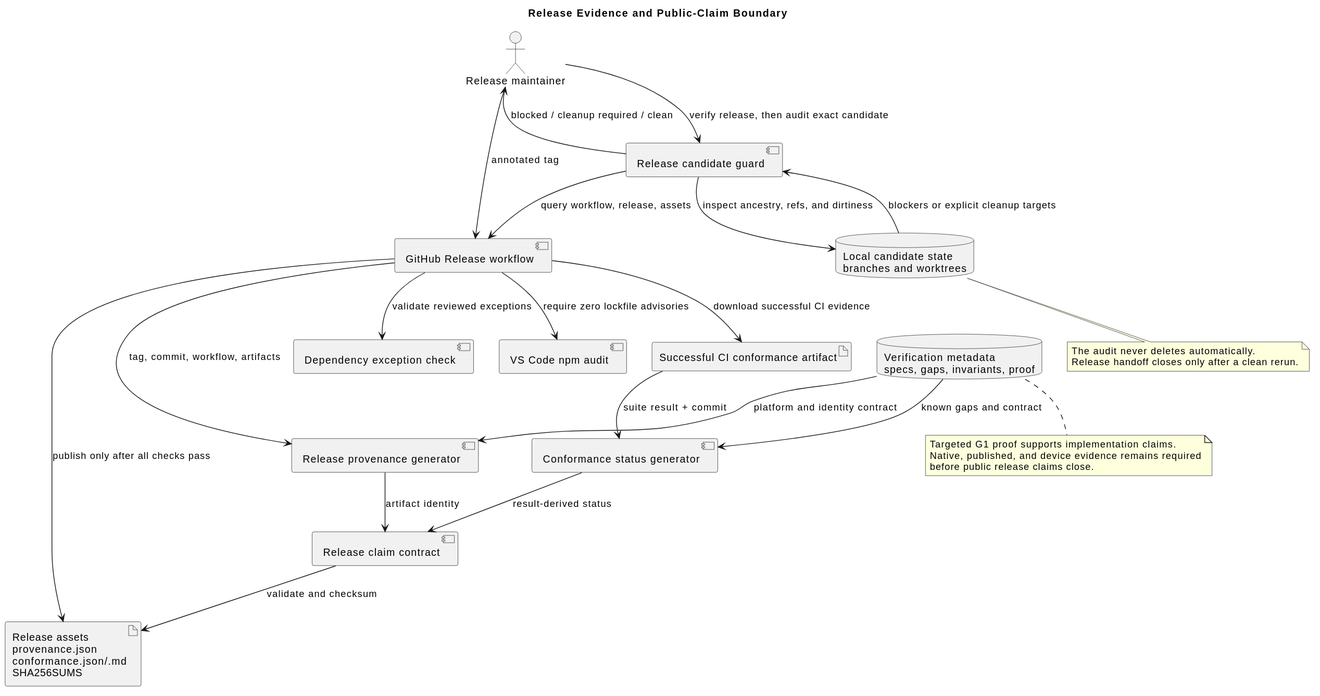
This is docs/diagrams/generated/release-evidence-flow.svg from johannesPettersson80/trust-platform, a PlantUML export, as it was before one commit.
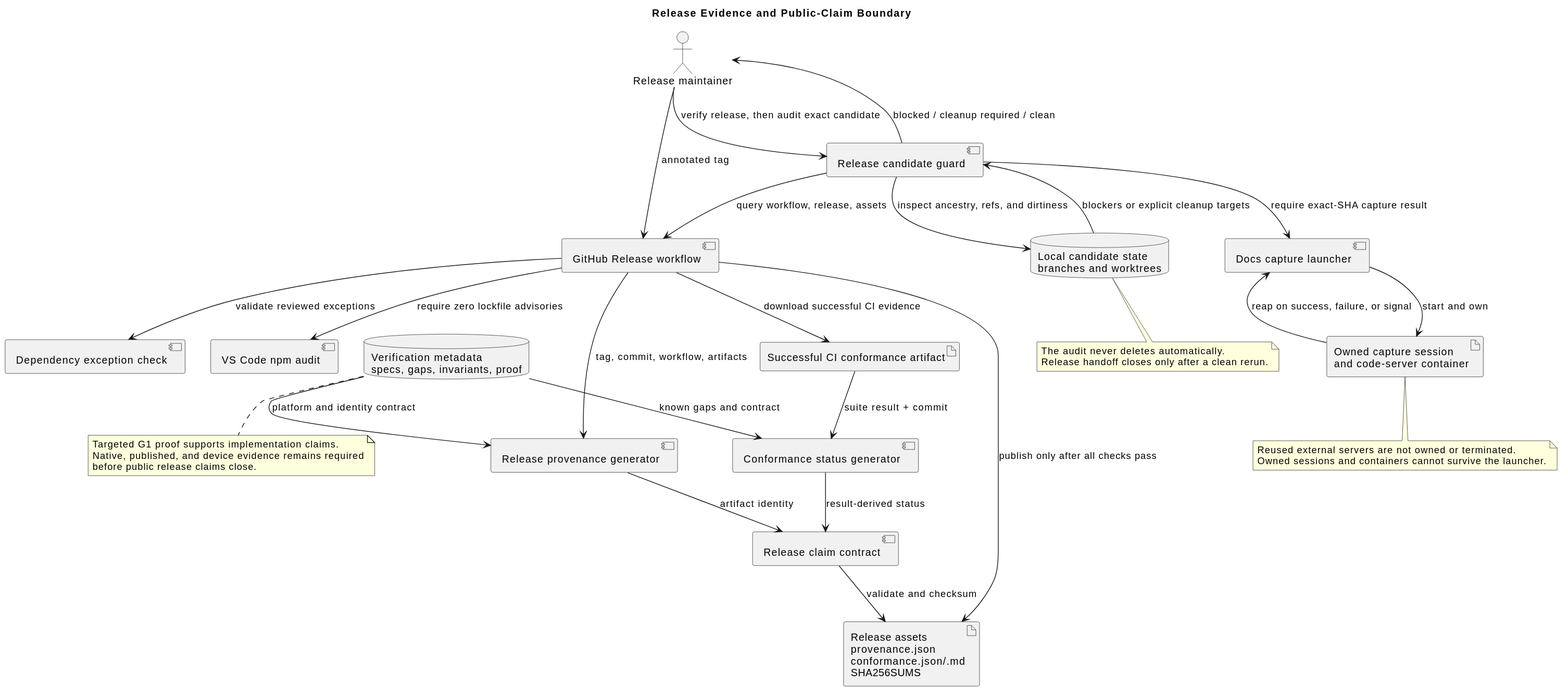
After the change.

What changed in the source:
```diff
@@ -4,6 +4,8 @@
 actor "Release maintainer" as maintainer
 component "GitHub Release workflow" as release
 component "Release candidate guard" as releaseGuard
+component "Docs capture launcher" as captureLauncher
+artifact "Owned capture session\nand code-server container" as captureProcesses
 database "Local candidate state\nbranches and worktrees" as candidateState
 component "Dependency exception check" as dependencyPolicy
 component "VS Code npm audit" as npmAudit
@@ -16,6 +18,9 @@
 
 maintainer --> release : annotated tag
 maintainer --> releaseGuard : verify release, then audit exact candidate
+releaseGuard --> captureLauncher : require exact-SHA capture result
+captureLauncher --> captureProcesses : start and own
+captureProcesses --> captureLauncher : reap on success, failure, or signal
 releaseGuard --> release : query workflow, release, assets
 releaseGuard --> candidateState : inspect ancestry, refs, and dirtiness
 candidateState --> releaseGuard : blockers or explicit cleanup targets
@@ -42,4 +47,9 @@
   The audit never deletes automatically.
   Release handoff closes only after a clean rerun.
 end note
+
+note bottom of captureProcesses
+  Reused external servers are not owned or terminated.
+  Owned sessions and containers cannot survive the launcher.
+end note
 @enduml
```
